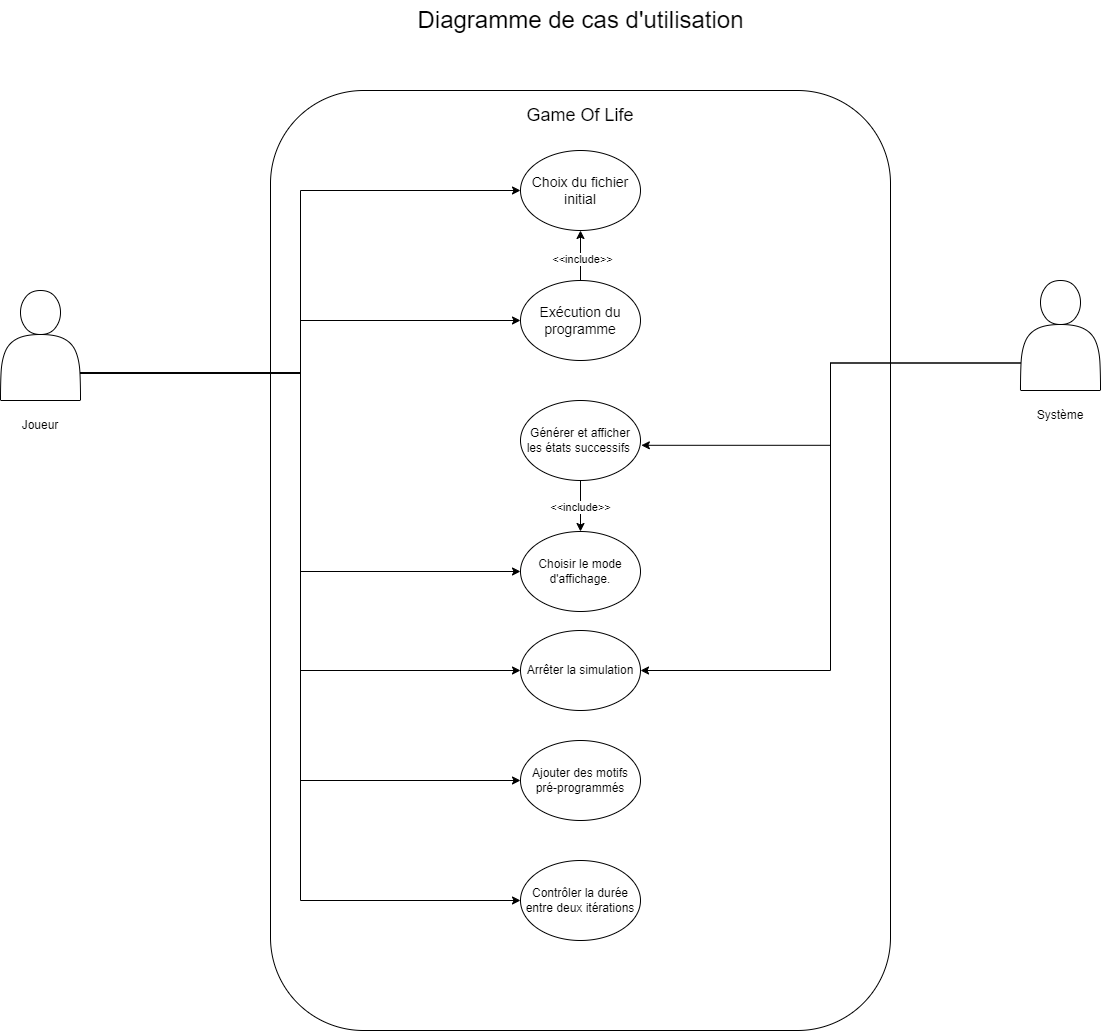
Doggo785/ConwayGoL keeps this draw.io diagram as Diagrams/Diagrammes-Diagramme de cas d'utilisation.png. Above is the earlier version. Source tidied: cells renumbered, new cells last; positions are measured from the earlier drawing's top-left corner, leaving out a move shared by most shapes.
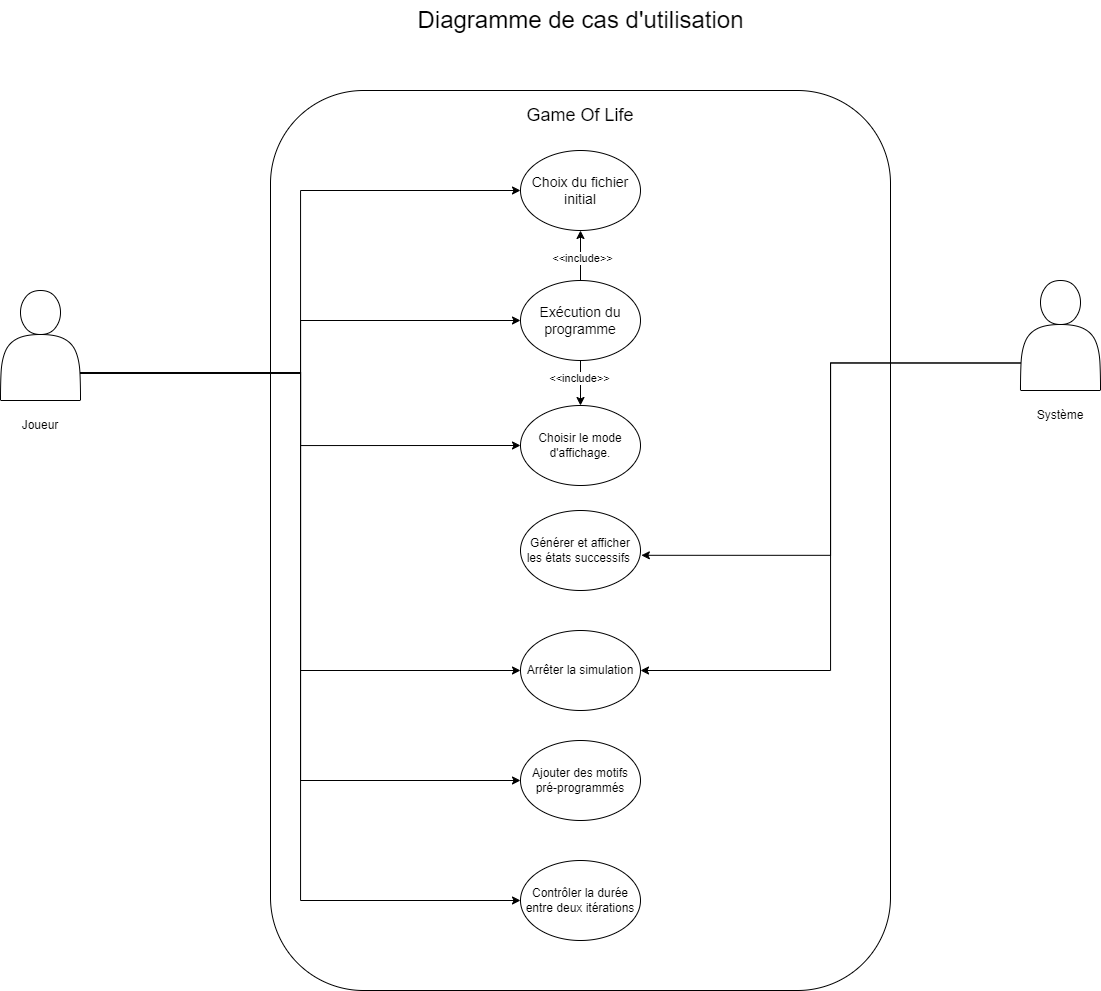
Above is the later version.

Commit message:
Verification des diagrammes avec tuteur

What changed in the source:
```diff
@@ -3,7 +3,7 @@
     <mxCell id="0" />
     <mxCell id="1" parent="0" />
     <mxCell id="2" style="rounded=1;whiteSpace=wrap;html=1;" parent="1" vertex="1">
-      <mxGeometry x="270" y="90" width="620" height="940" as="geometry" />
+      <mxGeometry x="270" y="90" width="620" height="900" as="geometry" />
     </mxCell>
     <mxCell id="3" style="edgeStyle=orthogonalEdgeStyle;rounded=0;jettySize=auto;html=1;exitX=1;exitY=0.75;exitDx=0;exitDy=0;" parent="1" edge="1" source="9" target="13">
       <mxGeometry relative="1" as="geometry" />
@@ -35,6 +35,12 @@
     <mxCell id="12" value="&amp;lt;&amp;lt;include&amp;gt;&amp;gt;" style="edgeLabel;html=1;align=center;verticalAlign=middle;" parent="11" vertex="1">
       <mxGeometry x="-0.12" y="-1" relative="1" as="geometry" />
     </mxCell>
+    <mxCell id="28" style="edgeStyle=orthogonalEdgeStyle;rounded=0;jettySize=auto;html=1;entryX=0.5;entryY=0;entryDx=0;entryDy=0;" parent="1" edge="1" source="13" target="23">
+      <mxGeometry relative="1" as="geometry" />
+    </mxCell>
+    <mxCell id="21" value="&amp;lt;&amp;lt;include&amp;gt;&amp;gt;" style="edgeLabel;html=1;align=center;verticalAlign=middle;" parent="28" vertex="1">
+      <mxGeometry x="-0.21" y="-2" relative="1" as="geometry" />
+    </mxCell>
     <mxCell id="13" value="&lt;font style=&quot;font-size: 14px;&quot;&gt;Exécution du programme&lt;/font&gt;" style="ellipse;whiteSpace=wrap;html=1;" parent="1" vertex="1">
       <mxGeometry x="520" y="280" width="120" height="80" as="geometry" />
     </mxCell>
@@ -56,17 +62,11 @@
     <mxCell id="19" value="Système" style="text;html=1;align=center;verticalAlign=middle;whiteSpace=wrap;rounded=0;" parent="1" vertex="1">
       <mxGeometry x="1030" y="400" width="60" height="30" as="geometry" />
     </mxCell>
-    <mxCell id="20" style="edgeStyle=orthogonalEdgeStyle;rounded=0;jettySize=auto;html=1;exitX=0.5;exitY=1;exitDx=0;exitDy=0;entryX=0.5;entryY=0;entryDx=0;entryDy=0;" parent="1" edge="1" source="22" target="23">
-      <mxGeometry relative="1" as="geometry" />
-    </mxCell>
-    <mxCell id="21" value="&amp;lt;&amp;lt;include&amp;gt;&amp;gt;" style="edgeLabel;html=1;align=center;verticalAlign=middle;" parent="20" vertex="1">
-      <mxGeometry x="0.02" y="-1" relative="1" as="geometry" />
-    </mxCell>
     <mxCell id="22" value="&lt;font style=&quot;font-size: 12px;&quot;&gt;Générer et afficher les états successifs&amp;nbsp;&lt;/font&gt;" style="ellipse;whiteSpace=wrap;html=1;" parent="1" vertex="1">
-      <mxGeometry x="520" y="400" width="120" height="80" as="geometry" />
+      <mxGeometry x="520" y="510" width="120" height="80" as="geometry" />
     </mxCell>
     <mxCell id="23" value="&lt;font style=&quot;font-size: 12px;&quot;&gt;Choisir le mode d'affichage.&lt;/font&gt;" style="ellipse;whiteSpace=wrap;html=1;" parent="1" vertex="1">
-      <mxGeometry x="520" y="531" width="120" height="80" as="geometry" />
+      <mxGeometry x="520" y="405" width="120" height="80" as="geometry" />
     </mxCell>
     <mxCell id="24" value="&lt;font style=&quot;font-size: 12px;&quot;&gt;Arrêter la simulation&lt;/font&gt;" style="ellipse;whiteSpace=wrap;html=1;" parent="1" vertex="1">
       <mxGeometry x="520" y="630" width="120" height="80" as="geometry" />
```
